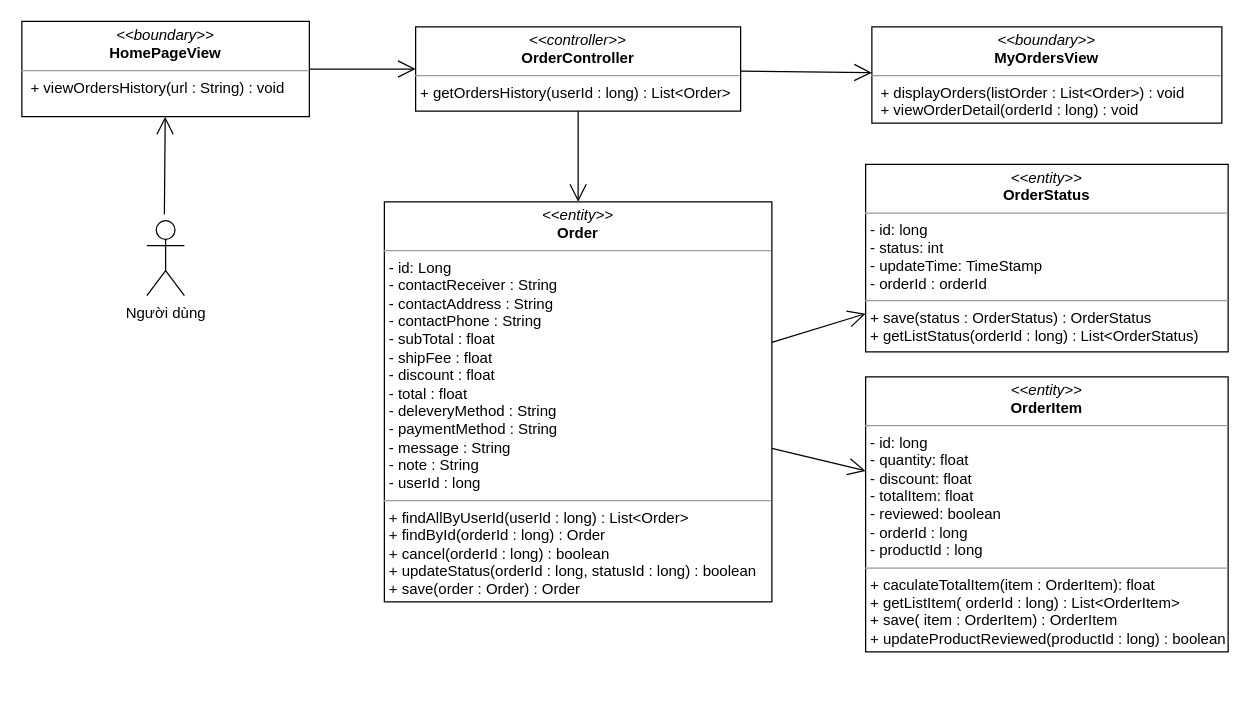
Earlier version of the draw.io diagram class diagram/get-list-order-history-class-diagram.drawio (nguyenphamvan/datn_20202). Source tidied: cells renumbered, new cells numbered last; positions are measured from the earlier drawing's top-left corner, leaving out a move shared by most shapes. Both pictures are drawn from the tidied source at 125%, with x=0, y=0 at pixel (21, 21).
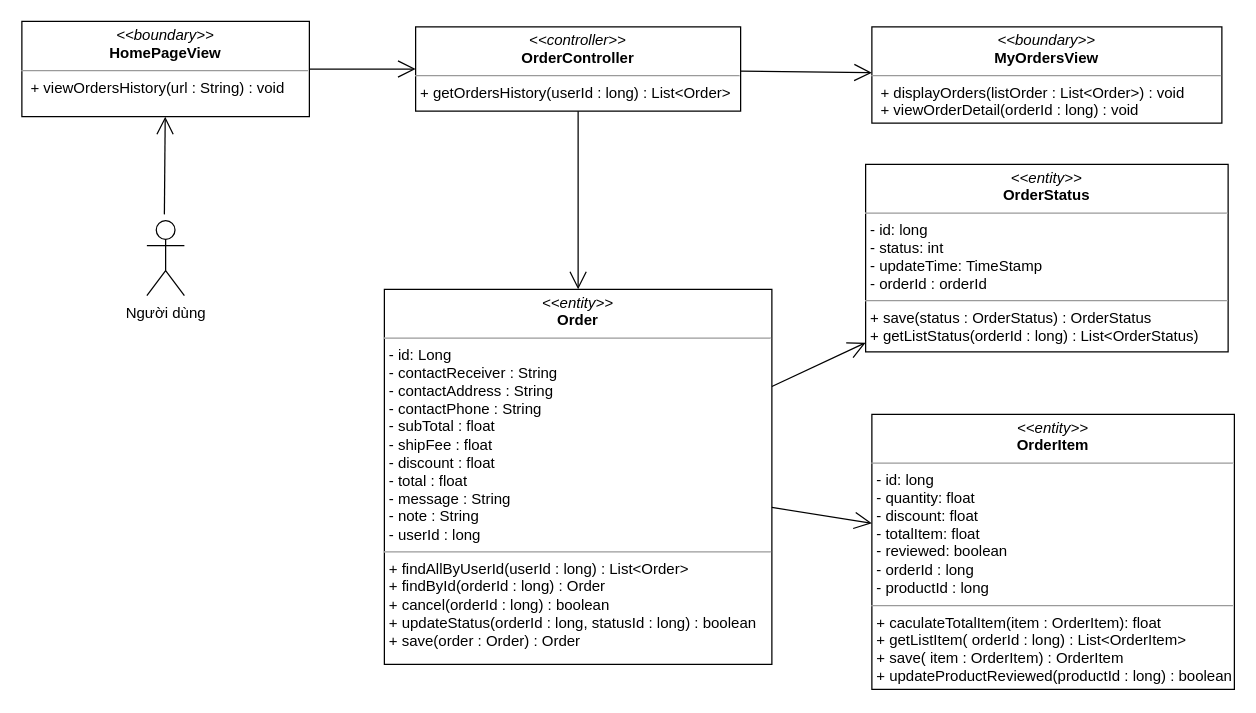
The same diagram, later.

What changed in the source:
```diff
@@
 <mxGraphModel>
   <root>
     <mxCell id="0" />
     <mxCell id="1" parent="0" />
     <mxCell id="2" value="&lt;p style=&quot;margin: 0px ; margin-top: 4px ; text-align: center&quot;&gt;&lt;i&gt;&amp;lt;&amp;lt;boundary&amp;gt;&amp;gt;&lt;/i&gt;&lt;br&gt;&lt;b&gt;MyOrdersView&lt;/b&gt;&lt;/p&gt;&lt;hr size=&quot;1&quot;&gt;&lt;p style=&quot;margin: 0px ; margin-left: 4px&quot;&gt;&lt;span&gt;&amp;nbsp;&lt;/span&gt;&lt;span&gt;+ displayOrders(listOrder : List&amp;lt;Order&amp;gt;) : void&lt;/span&gt;&lt;/p&gt;&lt;p style=&quot;margin: 0px ; margin-left: 4px&quot;&gt;&lt;span&gt;&amp;nbsp;+ viewOrderDetail(orderId : long) : void&lt;/span&gt;&lt;/p&gt;&lt;p style=&quot;margin: 0px ; margin-left: 4px&quot;&gt;&lt;span&gt;&lt;br&gt;&lt;/span&gt;&lt;/p&gt;" style="verticalAlign=top;align=left;overflow=fill;fontSize=12;fontFamily=Helvetica;html=1;" parent="1" vertex="1">
       <mxGeometry x="680" y="4" width="280" height="77" as="geometry" />
     </mxCell>
     <mxCell id="3" style="endArrow=open;endFill=1;endSize=12;html=1;" parent="1" edge="1" source="4" target="2">
       <mxGeometry relative="1" as="geometry" />
     </mxCell>
     <mxCell id="4" value="&lt;p style=&quot;margin: 0px ; margin-top: 4px ; text-align: center&quot;&gt;&lt;i&gt;&amp;lt;&amp;lt;controller&amp;gt;&amp;gt;&lt;/i&gt;&lt;br&gt;&lt;b&gt;OrderController&lt;/b&gt;&lt;br&gt;&lt;/p&gt;&lt;hr size=&quot;1&quot;&gt;&lt;p style=&quot;margin: 0px ; margin-left: 4px&quot;&gt;&lt;/p&gt;&lt;p style=&quot;margin: 0px ; margin-left: 4px&quot;&gt;+ getOrdersHistory(userId : long) : List&amp;lt;Order&amp;gt;&lt;br&gt;&lt;/p&gt;" style="verticalAlign=top;align=left;overflow=fill;fontSize=12;fontFamily=Helvetica;html=1;" parent="1" vertex="1">
       <mxGeometry x="315" y="4" width="260" height="67.4" as="geometry" />
     </mxCell>
     <mxCell id="5" style="endArrow=open;endFill=1;endSize=12;html=1;" parent="1" edge="1" source="4" target="8">
       <mxGeometry relative="1" as="geometry" />
     </mxCell>
     <mxCell id="6" value="&lt;p style=&quot;margin: 0px ; margin-top: 4px ; text-align: center&quot;&gt;&lt;i&gt;&amp;lt;&amp;lt;entity&amp;gt;&amp;gt;&lt;/i&gt;&lt;br&gt;&lt;b&gt;OrderItem&lt;/b&gt;&lt;/p&gt;&lt;hr size=&quot;1&quot;&gt;&lt;p style=&quot;margin: 0px ; margin-left: 4px&quot;&gt;- id: long&lt;/p&gt;&lt;p style=&quot;margin: 0px ; margin-left: 4px&quot;&gt;- quantity: float&lt;br&gt;- discount: float&lt;/p&gt;&lt;p style=&quot;margin: 0px ; margin-left: 4px&quot;&gt;- totalItem: float&lt;/p&gt;&lt;p style=&quot;margin: 0px ; margin-left: 4px&quot;&gt;- reviewed: boolean&lt;/p&gt;&lt;p style=&quot;margin: 0px ; margin-left: 4px&quot;&gt;- orderId : long&lt;/p&gt;&lt;p style=&quot;margin: 0px ; margin-left: 4px&quot;&gt;- productId : long&lt;/p&gt;&lt;hr size=&quot;1&quot;&gt;&lt;p style=&quot;margin: 0px 0px 0px 4px&quot;&gt;+ caculateTotalItem(item : OrderItem): float&lt;br&gt;&lt;/p&gt;&lt;p style=&quot;margin: 0px 0px 0px 4px&quot;&gt;+ getListItem( orderId : long) : List&amp;lt;OrderItem&amp;gt;&lt;br&gt;&lt;/p&gt;&lt;p style=&quot;margin: 0px 0px 0px 4px&quot;&gt;+ save( item : OrderItem) : OrderItem&lt;/p&gt;&lt;p style=&quot;margin: 0px 0px 0px 4px&quot;&gt;+ updateProductReviewed(productId : long) : boolean&lt;/p&gt;" style="verticalAlign=top;align=left;overflow=fill;fontSize=12;fontFamily=Helvetica;html=1;" parent="1" vertex="1">
-      <mxGeometry x="675" y="284" width="290" height="220" as="geometry" />
+      <mxGeometry x="680" y="314" width="290" height="220" as="geometry" />
     </mxCell>
     <mxCell id="7" value="&lt;p style=&quot;margin: 0px ; margin-top: 4px ; text-align: center&quot;&gt;&lt;i&gt;&amp;lt;&amp;lt;entity&amp;gt;&amp;gt;&lt;/i&gt;&lt;br&gt;&lt;b&gt;OrderStatus&lt;/b&gt;&lt;/p&gt;&lt;hr size=&quot;1&quot;&gt;&lt;p style=&quot;margin: 0px ; margin-left: 4px&quot;&gt;- id: long&lt;/p&gt;&lt;p style=&quot;margin: 0px ; margin-left: 4px&quot;&gt;- status: int&lt;br&gt;- updateTime: TimeStamp&lt;/p&gt;&lt;p style=&quot;margin: 0px ; margin-left: 4px&quot;&gt;- orderId : orderId&lt;/p&gt;&lt;hr size=&quot;1&quot;&gt;&lt;p style=&quot;margin: 0px 0px 0px 4px&quot;&gt;+ save(status : OrderStatus) : OrderStatus&lt;/p&gt;&lt;p style=&quot;margin: 0px 0px 0px 4px&quot;&gt;+ getListStatus(orderId : long) : List&amp;lt;OrderStatus)&lt;/p&gt;" style="verticalAlign=top;align=left;overflow=fill;fontSize=12;fontFamily=Helvetica;html=1;" parent="1" vertex="1">
       <mxGeometry x="675" y="114" width="290" height="150" as="geometry" />
     </mxCell>
-    <mxCell id="8" value="&lt;p style=&quot;margin: 0px ; margin-top: 4px ; text-align: center&quot;&gt;&lt;i&gt;&amp;lt;&amp;lt;entity&amp;gt;&amp;gt;&lt;/i&gt;&lt;br&gt;&lt;b&gt;Order&lt;/b&gt;&lt;/p&gt;&lt;hr size=&quot;1&quot;&gt;&lt;p style=&quot;margin: 0px ; margin-left: 4px&quot;&gt;- id: Long&lt;/p&gt;&lt;p style=&quot;margin: 0px 0px 0px 4px&quot;&gt;- contactReceiver : String&lt;/p&gt;&lt;p style=&quot;margin: 0px 0px 0px 4px&quot;&gt;- contactAddress : String&lt;/p&gt;&lt;p style=&quot;margin: 0px 0px 0px 4px&quot;&gt;- contactPhone : String&lt;/p&gt;&lt;p style=&quot;margin: 0px 0px 0px 4px&quot;&gt;- subTotal : float&lt;/p&gt;&lt;p style=&quot;margin: 0px 0px 0px 4px&quot;&gt;- shipFee : float&lt;/p&gt;&lt;p style=&quot;margin: 0px 0px 0px 4px&quot;&gt;- discount : float&lt;/p&gt;&lt;p style=&quot;margin: 0px 0px 0px 4px&quot;&gt;- total : float&lt;/p&gt;&lt;p style=&quot;margin: 0px 0px 0px 4px&quot;&gt;- deleveryMethod : String&lt;/p&gt;&lt;p style=&quot;margin: 0px 0px 0px 4px&quot;&gt;- paymentMethod : String&lt;/p&gt;&lt;p style=&quot;margin: 0px 0px 0px 4px&quot;&gt;- message : String&lt;/p&gt;&lt;p style=&quot;margin: 0px 0px 0px 4px&quot;&gt;- note : String&lt;/p&gt;&lt;p style=&quot;margin: 0px 0px 0px 4px&quot;&gt;- userId : long&lt;/p&gt;&lt;hr size=&quot;1&quot;&gt;&lt;p style=&quot;margin: 0px ; margin-left: 4px&quot;&gt;+ findAllByUserId(userId : long) : List&amp;lt;Order&amp;gt;&lt;/p&gt;&lt;p style=&quot;margin: 0px ; margin-left: 4px&quot;&gt;+ findById(orderId : long) : Order&lt;br&gt;&lt;/p&gt;&lt;p style=&quot;margin: 0px ; margin-left: 4px&quot;&gt;+ cancel(orderId : long) : boolean&lt;br&gt;&lt;/p&gt;&lt;p style=&quot;margin: 0px ; margin-left: 4px&quot;&gt;+ updateStatus(orderId : long, statusId : long) : boolean&lt;/p&gt;&lt;p style=&quot;margin: 0px ; margin-left: 4px&quot;&gt;+ save(order : Order) : Order&lt;/p&gt;" style="verticalAlign=top;align=left;overflow=fill;fontSize=12;fontFamily=Helvetica;html=1;" parent="1" vertex="1">
-      <mxGeometry x="290" y="144" width="310" height="320" as="geometry" />
+    <mxCell id="8" value="&lt;p style=&quot;margin: 0px ; margin-top: 4px ; text-align: center&quot;&gt;&lt;i&gt;&amp;lt;&amp;lt;entity&amp;gt;&amp;gt;&lt;/i&gt;&lt;br&gt;&lt;b&gt;Order&lt;/b&gt;&lt;/p&gt;&lt;hr size=&quot;1&quot;&gt;&lt;p style=&quot;margin: 0px ; margin-left: 4px&quot;&gt;- id: Long&lt;/p&gt;&lt;p style=&quot;margin: 0px 0px 0px 4px&quot;&gt;- contactReceiver : String&lt;/p&gt;&lt;p style=&quot;margin: 0px 0px 0px 4px&quot;&gt;- contactAddress : String&lt;/p&gt;&lt;p style=&quot;margin: 0px 0px 0px 4px&quot;&gt;- contactPhone : String&lt;/p&gt;&lt;p style=&quot;margin: 0px 0px 0px 4px&quot;&gt;- subTotal : float&lt;/p&gt;&lt;p style=&quot;margin: 0px 0px 0px 4px&quot;&gt;- shipFee : float&lt;/p&gt;&lt;p style=&quot;margin: 0px 0px 0px 4px&quot;&gt;- discount : float&lt;/p&gt;&lt;p style=&quot;margin: 0px 0px 0px 4px&quot;&gt;- total : float&lt;/p&gt;&lt;p style=&quot;margin: 0px 0px 0px 4px&quot;&gt;- message : String&lt;/p&gt;&lt;p style=&quot;margin: 0px 0px 0px 4px&quot;&gt;- note : String&lt;/p&gt;&lt;p style=&quot;margin: 0px 0px 0px 4px&quot;&gt;- userId : long&lt;/p&gt;&lt;hr size=&quot;1&quot;&gt;&lt;p style=&quot;margin: 0px ; margin-left: 4px&quot;&gt;+ findAllByUserId(userId : long) : List&amp;lt;Order&amp;gt;&lt;/p&gt;&lt;p style=&quot;margin: 0px ; margin-left: 4px&quot;&gt;+ findById(orderId : long) : Order&lt;br&gt;&lt;/p&gt;&lt;p style=&quot;margin: 0px ; margin-left: 4px&quot;&gt;+ cancel(orderId : long) : boolean&lt;br&gt;&lt;/p&gt;&lt;p style=&quot;margin: 0px ; margin-left: 4px&quot;&gt;+ updateStatus(orderId : long, statusId : long) : boolean&lt;/p&gt;&lt;p style=&quot;margin: 0px ; margin-left: 4px&quot;&gt;+ save(order : Order) : Order&lt;/p&gt;" style="verticalAlign=top;align=left;overflow=fill;fontSize=12;fontFamily=Helvetica;html=1;" parent="1" vertex="1">
+      <mxGeometry x="290" y="214" width="310" height="300" as="geometry" />
     </mxCell>
     <mxCell id="9" value="&lt;p style=&quot;margin: 0px ; margin-top: 4px ; text-align: center&quot;&gt;&lt;i&gt;&amp;lt;&amp;lt;boundary&amp;gt;&amp;gt;&lt;/i&gt;&lt;br&gt;&lt;b&gt;HomePageView&lt;/b&gt;&lt;/p&gt;&lt;hr size=&quot;1&quot;&gt;&lt;p style=&quot;margin: 0px ; margin-left: 4px&quot;&gt;&lt;span&gt;&amp;nbsp;&lt;/span&gt;&lt;span&gt;+ viewOrdersHistory(url : String) : void&lt;/span&gt;&lt;/p&gt;" style="verticalAlign=top;align=left;overflow=fill;fontSize=12;fontFamily=Helvetica;html=1;" parent="1" vertex="1">
       <mxGeometry y="-0.4" width="230" height="76.2" as="geometry" />
     </mxCell>
     <mxCell id="10" style="endArrow=open;endFill=1;endSize=12;html=1;" parent="1" edge="1" source="9" target="4">
       <mxGeometry relative="1" as="geometry" />
     </mxCell>
     <mxCell id="11" style="endArrow=open;endFill=1;endSize=12;html=1;" parent="1" edge="1" source="8" target="7">
       <mxGeometry relative="1" as="geometry" />
     </mxCell>
     <mxCell id="12" style="endArrow=open;endFill=1;endSize=12;html=1;" parent="1" edge="1" source="8" target="6">
       <mxGeometry relative="1" as="geometry" />
     </mxCell>
     <mxCell id="13" value="Người dùng" style="shape=umlActor;verticalLabelPosition=bottom;verticalAlign=top;html=1;" parent="1" vertex="1">
       <mxGeometry x="100" y="159" width="30" height="60" as="geometry" />
     </mxCell>
     <mxCell id="14" style="endArrow=open;endFill=1;endSize=12;html=1;" parent="1" edge="1" target="9">
       <mxGeometry relative="1" as="geometry">
         <mxPoint x="114" y="154" as="sourcePoint" />
       </mxGeometry>
     </mxCell>
   </root>
 </mxGraphModel>
```
